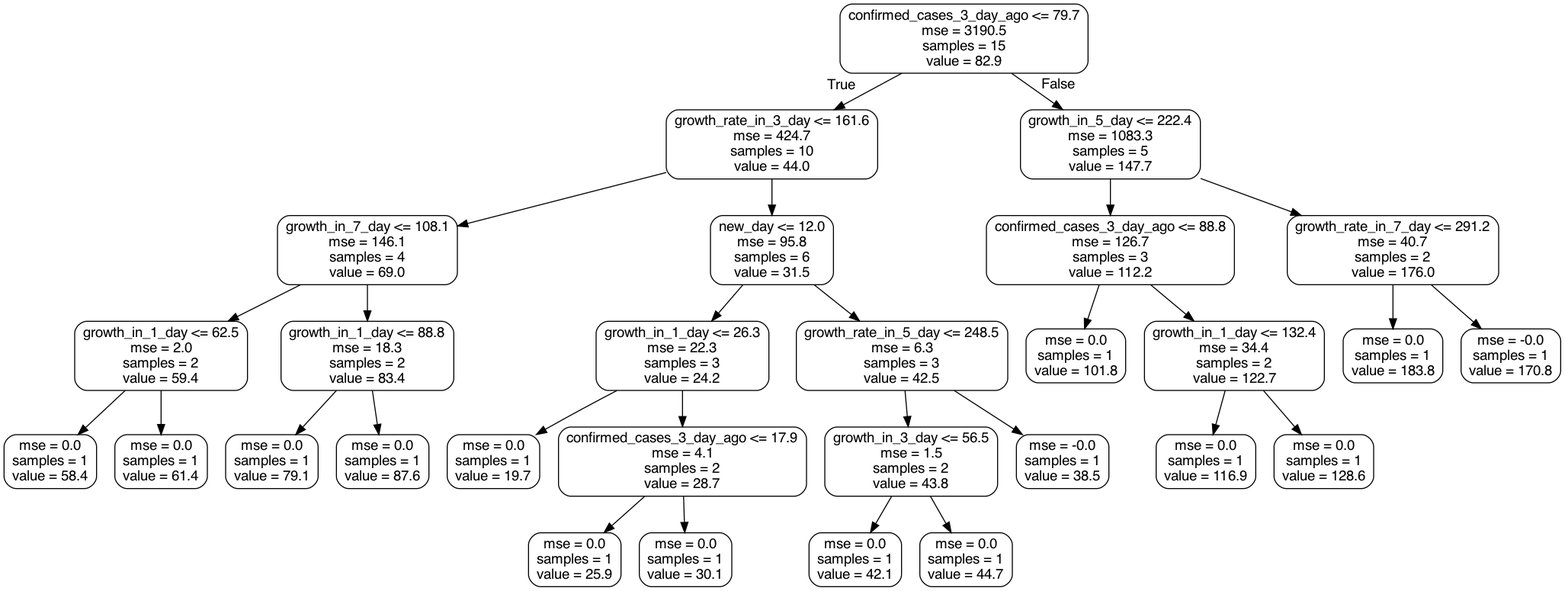
Above: Python/bayesian_law/Plot/tree.png in jhubar/PI (Graphviz), before the change. Its source is kept beside it as Python/bayesian_law/Data/tree.dot.
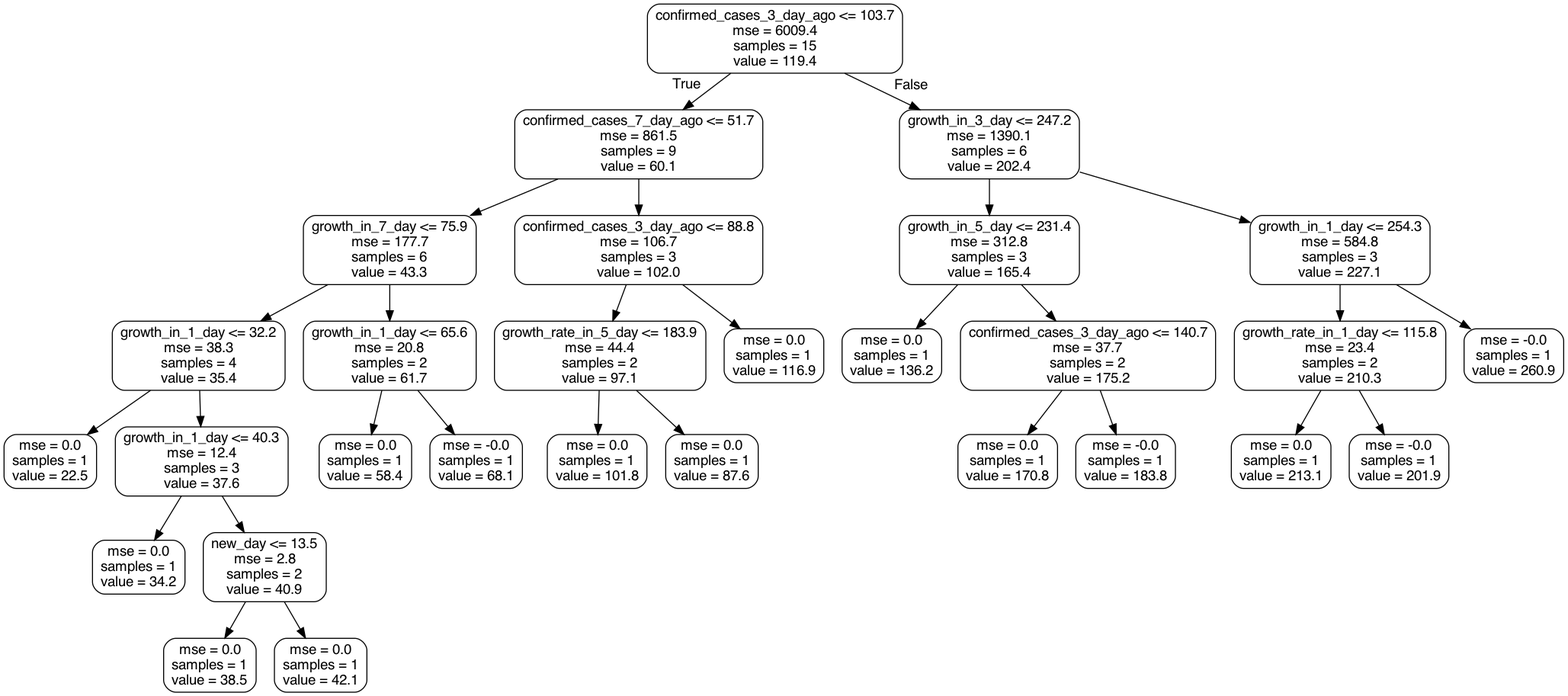
After the change.

What changed in the source:
```diff
@@ -1,61 +1,61 @@
 digraph Tree {
 node [shape=box, style="rounded", color="black", fontname=helvetica] ;
 edge [fontname=helvetica] ;
-0 [label="confirmed_cases_3_day_ago <= 79.7\nmse = 3190.5\nsamples = 15\nvalue = 82.9"] ;
-1 [label="growth_rate_in_3_day <= 161.6\nmse = 424.7\nsamples = 10\nvalue = 44.0"] ;
+0 [label="confirmed_cases_3_day_ago <= 103.7\nmse = 6009.4\nsamples = 15\nvalue = 119.4"] ;
+1 [label="confirmed_cases_7_day_ago <= 51.7\nmse = 861.5\nsamples = 9\nvalue = 60.1"] ;
 0 -> 1 [labeldistance=2.5, labelangle=45, headlabel="True"] ;
-2 [label="growth_in_7_day <= 108.1\nmse = 146.1\nsamples = 4\nvalue = 69.0"] ;
+2 [label="growth_in_7_day <= 75.9\nmse = 177.7\nsamples = 6\nvalue = 43.3"] ;
 1 -> 2 ;
-3 [label="growth_in_1_day <= 62.5\nmse = 2.0\nsamples = 2\nvalue = 59.4"] ;
+3 [label="growth_in_1_day <= 32.2\nmse = 38.3\nsamples = 4\nvalue = 35.4"] ;
 2 -> 3 ;
-4 [label="mse = 0.0\nsamples = 1\nvalue = 58.4"] ;
+4 [label="mse = 0.0\nsamples = 1\nvalue = 22.5"] ;
 3 -> 4 ;
-5 [label="mse = 0.0\nsamples = 1\nvalue = 61.4"] ;
+5 [label="growth_in_1_day <= 40.3\nmse = 12.4\nsamples = 3\nvalue = 37.6"] ;
 3 -> 5 ;
-6 [label="growth_in_1_day <= 88.8\nmse = 18.3\nsamples = 2\nvalue = 83.4"] ;
-2 -> 6 ;
-7 [label="mse = 0.0\nsamples = 1\nvalue = 79.1"] ;
-6 -> 7 ;
-8 [label="mse = 0.0\nsamples = 1\nvalue = 87.6"] ;
-6 -> 8 ;
-9 [label="new_day <= 12.0\nmse = 95.8\nsamples = 6\nvalue = 31.5"] ;
-1 -> 9 ;
-10 [label="growth_in_1_day <= 26.3\nmse = 22.3\nsamples = 3\nvalue = 24.2"] ;
-9 -> 10 ;
-11 [label="mse = 0.0\nsamples = 1\nvalue = 19.7"] ;
+6 [label="mse = 0.0\nsamples = 1\nvalue = 34.2"] ;
+5 -> 6 ;
+7 [label="new_day <= 13.5\nmse = 2.8\nsamples = 2\nvalue = 40.9"] ;
+5 -> 7 ;
+8 [label="mse = 0.0\nsamples = 1\nvalue = 38.5"] ;
+7 -> 8 ;
+9 [label="mse = 0.0\nsamples = 1\nvalue = 42.1"] ;
+7 -> 9 ;
+10 [label="growth_in_1_day <= 65.6\nmse = 20.8\nsamples = 2\nvalue = 61.7"] ;
+2 -> 10 ;
+11 [label="mse = 0.0\nsamples = 1\nvalue = 58.4"] ;
 10 -> 11 ;
-12 [label="confirmed_cases_3_day_ago <= 17.9\nmse = 4.1\nsamples = 2\nvalue = 28.7"] ;
+12 [label="mse = -0.0\nsamples = 1\nvalue = 68.1"] ;
 10 -> 12 ;
-13 [label="mse = 0.0\nsamples = 1\nvalue = 25.9"] ;
-12 -> 13 ;
-14 [label="mse = 0.0\nsamples = 1\nvalue = 30.1"] ;
-12 -> 14 ;
-15 [label="growth_rate_in_5_day <= 248.5\nmse = 6.3\nsamples = 3\nvalue = 42.5"] ;
-9 -> 15 ;
-16 [label="growth_in_3_day <= 56.5\nmse = 1.5\nsamples = 2\nvalue = 43.8"] ;
-15 -> 16 ;
-17 [label="mse = 0.0\nsamples = 1\nvalue = 42.1"] ;
-16 -> 17 ;
-18 [label="mse = 0.0\nsamples = 1\nvalue = 44.7"] ;
-16 -> 18 ;
-19 [label="mse = -0.0\nsamples = 1\nvalue = 38.5"] ;
-15 -> 19 ;
-20 [label="growth_in_5_day <= 222.4\nmse = 1083.3\nsamples = 5\nvalue = 147.7"] ;
-0 -> 20 [labeldistance=2.5, labelangle=-45, headlabel="False"] ;
-21 [label="confirmed_cases_3_day_ago <= 88.8\nmse = 126.7\nsamples = 3\nvalue = 112.2"] ;
-20 -> 21 ;
-22 [label="mse = 0.0\nsamples = 1\nvalue = 101.8"] ;
+13 [label="confirmed_cases_3_day_ago <= 88.8\nmse = 106.7\nsamples = 3\nvalue = 102.0"] ;
+1 -> 13 ;
+14 [label="growth_rate_in_5_day <= 183.9\nmse = 44.4\nsamples = 2\nvalue = 97.1"] ;
+13 -> 14 ;
+15 [label="mse = 0.0\nsamples = 1\nvalue = 101.8"] ;
+14 -> 15 ;
+16 [label="mse = 0.0\nsamples = 1\nvalue = 87.6"] ;
+14 -> 16 ;
+17 [label="mse = 0.0\nsamples = 1\nvalue = 116.9"] ;
+13 -> 17 ;
+18 [label="growth_in_3_day <= 247.2\nmse = 1390.1\nsamples = 6\nvalue = 202.4"] ;
+0 -> 18 [labeldistance=2.5, labelangle=-45, headlabel="False"] ;
+19 [label="growth_in_5_day <= 231.4\nmse = 312.8\nsamples = 3\nvalue = 165.4"] ;
+18 -> 19 ;
+20 [label="mse = 0.0\nsamples = 1\nvalue = 136.2"] ;
+19 -> 20 ;
+21 [label="confirmed_cases_3_day_ago <= 140.7\nmse = 37.7\nsamples = 2\nvalue = 175.2"] ;
+19 -> 21 ;
+22 [label="mse = 0.0\nsamples = 1\nvalue = 170.8"] ;
 21 -> 22 ;
-23 [label="growth_in_1_day <= 132.4\nmse = 34.4\nsamples = 2\nvalue = 122.7"] ;
+23 [label="mse = -0.0\nsamples = 1\nvalue = 183.8"] ;
 21 -> 23 ;
-24 [label="mse = 0.0\nsamples = 1\nvalue = 116.9"] ;
-23 -> 24 ;
-25 [label="mse = 0.0\nsamples = 1\nvalue = 128.6"] ;
-23 -> 25 ;
-26 [label="growth_rate_in_7_day <= 291.2\nmse = 40.7\nsamples = 2\nvalue = 176.0"] ;
-20 -> 26 ;
-27 [label="mse = 0.0\nsamples = 1\nvalue = 183.8"] ;
-26 -> 27 ;
-28 [label="mse = -0.0\nsamples = 1\nvalue = 170.8"] ;
-26 -> 28 ;
+24 [label="growth_in_1_day <= 254.3\nmse = 584.8\nsamples = 3\nvalue = 227.1"] ;
+18 -> 24 ;
+25 [label="growth_rate_in_1_day <= 115.8\nmse = 23.4\nsamples = 2\nvalue = 210.3"] ;
+24 -> 25 ;
+26 [label="mse = 0.0\nsamples = 1\nvalue = 213.1"] ;
+25 -> 26 ;
+27 [label="mse = -0.0\nsamples = 1\nvalue = 201.9"] ;
+25 -> 27 ;
+28 [label="mse = -0.0\nsamples = 1\nvalue = 260.9"] ;
+24 -> 28 ;
 }
```
